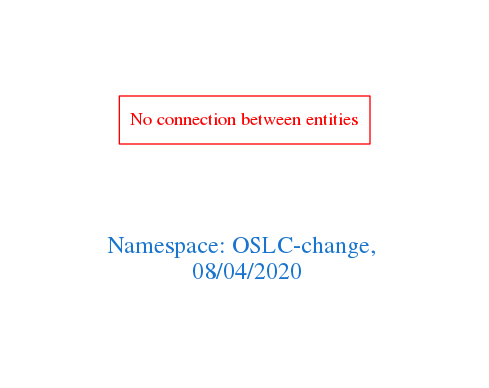
Earlier version of the Graphviz export downloads/OSLC-change.png (arago/OGIT). Its source is kept beside it as downloads/OSLC-change.dot.
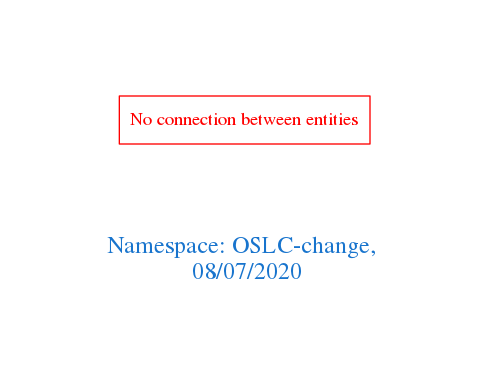
The same diagram one commit later.

The edit, as a diff of the source:
```diff
@@ -1,7 +1,7 @@
 digraph OGIT_ontology {
  graph [ rankdir= LR,pad=1
 fontsize = 18,
-fontcolor= dodgerblue3,label = "\n\n\nNamespace: OSLC-change, \n 08/04/2020"];
+fontcolor= dodgerblue3,label = "\n\n\nNamespace: OSLC-change, \n 08/07/2020"];
 node[shape=polygon];
 edge [  color="gray81"];
 
```
